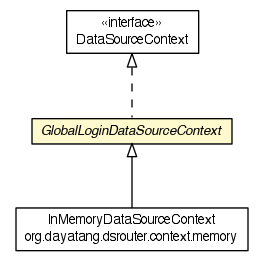
Above: dddlib-datasource-router/apidocs/org/dayatang/dsrouter/context/GlobalLoginDataSourceContext.png in dayatang/dddlib (Graphviz), before the change. Its source is kept beside it as dddlib-datasource-router/apidocs/org/dayatang/dsrouter/context/GlobalLoginDataSourceContext.dot.
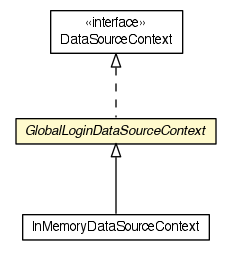
After the commit.

What changed in the source:
```diff
@@ -4,23 +4,22 @@
 	node [fontname="Helvetica",fontsize=10,shape=plaintext];
 	nodesep=0.25;
 	ranksep=0.5;
-	c326 [label=<<table title="org.dayatang.dsrouter.context.GlobalLoginDataSourceContext" border="0" cellborder="1" cellspacing="0" cellpadding="2" port="p" bgcolor="lemonChiffon" href="./GlobalLoginDataSourceContext.html">
+	c309 [label=<<table title="org.dayatang.dsrouter.context.GlobalLoginDataSourceContext" border="0" cellborder="1" cellspacing="0" cellpadding="2" port="p" bgcolor="lemonChiffon" href="./GlobalLoginDataSourceContext.html">
 		<tr><td><table border="0" cellspacing="0" cellpadding="1">
 <tr><td align="center" balign="center"><font face="Helvetica-Oblique"> GlobalLoginDataSourceContext </font></td></tr>
 		</table></td></tr>
 		</table>>, URL="./GlobalLoginDataSourceContext.html", fontname="Helvetica", fontcolor="black", fontsize=10.0];
-	c327 [label=<<table title="org.dayatang.dsrouter.context.DataSourceContext" border="0" cellborder="1" cellspacing="0" cellpadding="2" port="p" href="./DataSourceContext.html">
+	c310 [label=<<table title="org.dayatang.dsrouter.context.DataSourceContext" border="0" cellborder="1" cellspacing="0" cellpadding="2" port="p" href="./DataSourceContext.html">
 		<tr><td><table border="0" cellspacing="0" cellpadding="1">
 <tr><td align="center" balign="center"> &#171;interface&#187; </td></tr>
 <tr><td align="center" balign="center"> DataSourceContext </td></tr>
 		</table></td></tr>
 		</table>>, URL="./DataSourceContext.html", fontname="Helvetica", fontcolor="black", fontsize=10.0];
-	c328 [label=<<table title="org.dayatang.dsrouter.context.memory.InMemoryDataSourceContext" border="0" cellborder="1" cellspacing="0" cellpadding="2" port="p" href="./memory/InMemoryDataSourceContext.html">
+	c311 [label=<<table title="org.dayatang.dsrouter.context.memory.InMemoryDataSourceContext" border="0" cellborder="1" cellspacing="0" cellpadding="2" port="p" href="./memory/InMemoryDataSourceContext.html">
 		<tr><td><table border="0" cellspacing="0" cellpadding="1">
 <tr><td align="center" balign="center"> InMemoryDataSourceContext </td></tr>
-<tr><td align="center" balign="center"> org.dayatang.dsrouter.context.memory </td></tr>
 		</table></td></tr>
 		</table>>, URL="./memory/InMemoryDataSourceContext.html", fontname="Helvetica", fontcolor="black", fontsize=10.0];
-	c327:p -> c326:p [dir=back,arrowtail=empty,style=dashed];
-	c326:p -> c328:p [dir=back,arrowtail=empty];
+	c310:p -> c309:p [dir=back,arrowtail=empty,style=dashed];
+	c309:p -> c311:p [dir=back,arrowtail=empty];
 }
```
